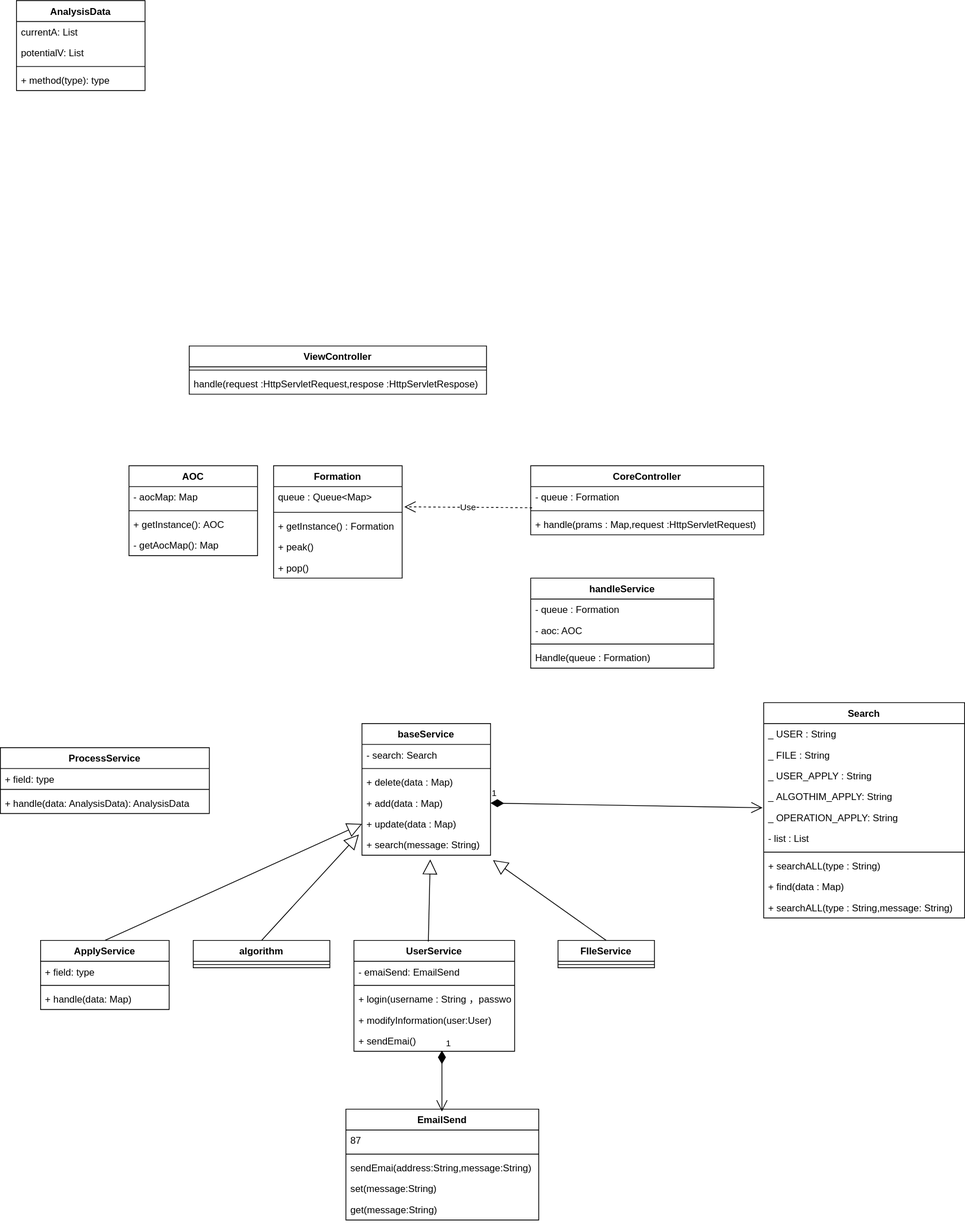
The draw.io diagram class.svg in JDsen99/UML, before a commit. Source tidied: cells renumbered, new cells last; positions are measured from the earlier drawing's top-left corner, leaving out a move shared by most shapes.
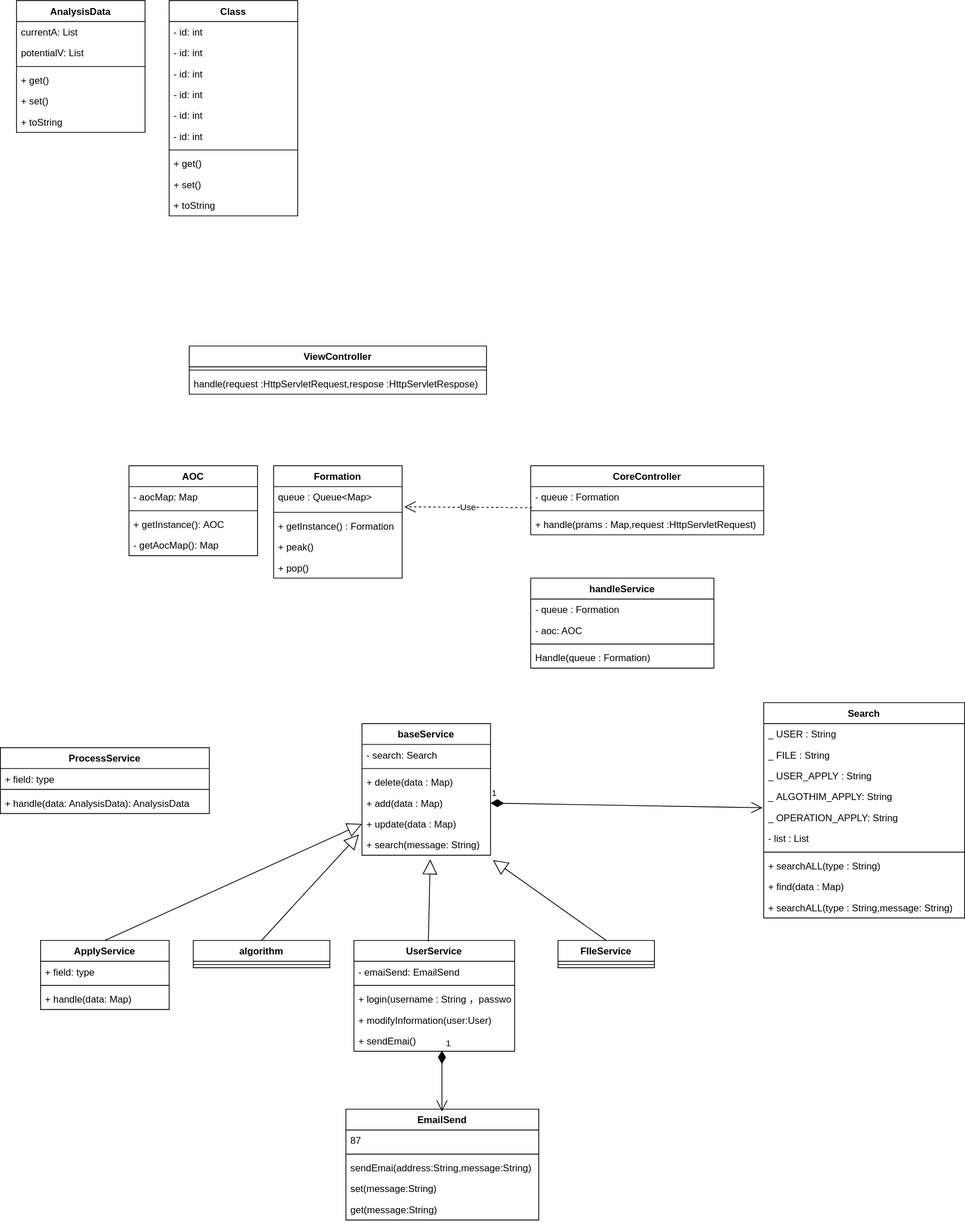
After the commit.

Diff of the diagram source:
```diff
@@ -215,7 +215,7 @@
       <mxGeometry y="56" width="260" height="26" as="geometry" />
     </mxCell>
     <mxCell id="72" value="AnalysisData" style="swimlane;fontStyle=1;align=center;verticalAlign=top;horizontal=1;startSize=26;rounded=0;shadow=0;glass=0;sketch=0;" parent="1" vertex="1">
-      <mxGeometry x="20" width="160" height="112" as="geometry" />
+      <mxGeometry x="20" width="160" height="164" as="geometry" />
     </mxCell>
     <mxCell id="73" value="currentA: List" style="text;strokeColor=none;fillColor=none;align=left;verticalAlign=top;spacingLeft=4;spacingRight=4;overflow=hidden;" parent="72" vertex="1">
       <mxGeometry y="26" width="160" height="26" as="geometry" />
@@ -226,9 +226,15 @@
     <mxCell id="75" style="line;strokeWidth=1;fillColor=none;align=left;verticalAlign=middle;spacingTop=-1;spacingLeft=3;spacingRight=3;labelPosition=right;" parent="72" vertex="1">
       <mxGeometry y="78" width="160" height="8" as="geometry" />
     </mxCell>
-    <mxCell id="76" value="+ method(type): type" style="text;strokeColor=none;fillColor=none;align=left;verticalAlign=top;spacingLeft=4;spacingRight=4;overflow=hidden;" parent="72" vertex="1">
-      <mxGeometry y="86" width="160" height="26" as="geometry" />
-    </mxCell>
+    <mxCell id="79" value="+ get()" style="text;strokeColor=none;fillColor=none;align=left;verticalAlign=top;spacingLeft=4;spacingRight=4;overflow=hidden;" parent="72" vertex="1">
+      <mxGeometry y="86" width="160" height="26" as="geometry" />
+    </mxCell>
+    <mxCell id="80" value="+ set()" style="text;strokeColor=none;fillColor=none;align=left;verticalAlign=top;spacingLeft=4;spacingRight=4;overflow=hidden;" parent="72" vertex="1">
+      <mxGeometry y="112" width="160" height="26" as="geometry" />
+    </mxCell>
+    <mxCell id="81" value="+ toString" style="text;strokeColor=none;fillColor=none;align=left;verticalAlign=top;spacingLeft=4;spacingRight=4;overflow=hidden;" parent="72" vertex="1">
+      <mxGeometry y="138" width="160" height="26" as="geometry" />
+    </mxCell>
     <mxCell id="77" value="1" style="endArrow=open;html=1;endSize=12;startArrow=diamondThin;startSize=14;startFill=1;edgeStyle=orthogonalEdgeStyle;align=left;verticalAlign=bottom;" parent="1" edge="1">
       <mxGeometry x="-1" y="3" relative="1" as="geometry">
         <mxPoint x="549.5" y="1307" as="sourcePoint" />
@@ -238,5 +244,38 @@
     <mxCell id="78" value="1" style="endArrow=open;html=1;endSize=12;startArrow=diamondThin;startSize=14;startFill=1;align=left;verticalAlign=bottom;exitX=1;exitY=0.5;exitDx=0;exitDy=0;entryX=-0.006;entryY=0.031;entryDx=0;entryDy=0;entryPerimeter=0;" parent="1" edge="1" source="52" target="27">
       <mxGeometry x="-1" y="3" relative="1" as="geometry" />
     </mxCell>
+    <mxCell id="82" value="Class" style="swimlane;fontStyle=1;align=center;verticalAlign=top;horizontal=1;startSize=26;rounded=0;shadow=0;glass=0;sketch=0;" parent="1" vertex="1">
+      <mxGeometry x="210" width="160" height="268" as="geometry" />
+    </mxCell>
+    <mxCell id="83" value="- id: int" style="text;strokeColor=none;fillColor=none;align=left;verticalAlign=top;spacingLeft=4;spacingRight=4;overflow=hidden;" parent="82" vertex="1">
+      <mxGeometry y="26" width="160" height="26" as="geometry" />
+    </mxCell>
+    <mxCell id="84" value="- id: int" style="text;strokeColor=none;fillColor=none;align=left;verticalAlign=top;spacingLeft=4;spacingRight=4;overflow=hidden;" parent="82" vertex="1">
+      <mxGeometry y="52" width="160" height="26" as="geometry" />
+    </mxCell>
+    <mxCell id="85" value="- id: int" style="text;strokeColor=none;fillColor=none;align=left;verticalAlign=top;spacingLeft=4;spacingRight=4;overflow=hidden;" parent="82" vertex="1">
+      <mxGeometry y="78" width="160" height="26" as="geometry" />
+    </mxCell>
+    <mxCell id="86" value="- id: int" style="text;strokeColor=none;fillColor=none;align=left;verticalAlign=top;spacingLeft=4;spacingRight=4;overflow=hidden;" parent="82" vertex="1">
+      <mxGeometry y="104" width="160" height="26" as="geometry" />
+    </mxCell>
+    <mxCell id="87" value="- id: int" style="text;strokeColor=none;fillColor=none;align=left;verticalAlign=top;spacingLeft=4;spacingRight=4;overflow=hidden;" parent="82" vertex="1">
+      <mxGeometry y="130" width="160" height="26" as="geometry" />
+    </mxCell>
+    <mxCell id="88" value="- id: int" style="text;strokeColor=none;fillColor=none;align=left;verticalAlign=top;spacingLeft=4;spacingRight=4;overflow=hidden;" parent="82" vertex="1">
+      <mxGeometry y="156" width="160" height="26" as="geometry" />
+    </mxCell>
+    <mxCell id="89" style="line;strokeWidth=1;fillColor=none;align=left;verticalAlign=middle;spacingTop=-1;spacingLeft=3;spacingRight=3;labelPosition=right;" parent="82" vertex="1">
+      <mxGeometry y="182" width="160" height="8" as="geometry" />
+    </mxCell>
+    <mxCell id="90" value="+ get()" style="text;strokeColor=none;fillColor=none;align=left;verticalAlign=top;spacingLeft=4;spacingRight=4;overflow=hidden;" parent="82" vertex="1">
+      <mxGeometry y="190" width="160" height="26" as="geometry" />
+    </mxCell>
+    <mxCell id="91" value="+ set()" style="text;strokeColor=none;fillColor=none;align=left;verticalAlign=top;spacingLeft=4;spacingRight=4;overflow=hidden;" parent="82" vertex="1">
+      <mxGeometry y="216" width="160" height="26" as="geometry" />
+    </mxCell>
+    <mxCell id="92" value="+ toString" style="text;strokeColor=none;fillColor=none;align=left;verticalAlign=top;spacingLeft=4;spacingRight=4;overflow=hidden;" parent="82" vertex="1">
+      <mxGeometry y="242" width="160" height="26" as="geometry" />
+    </mxCell>
   </root>
 </mxGraphModel>
```
